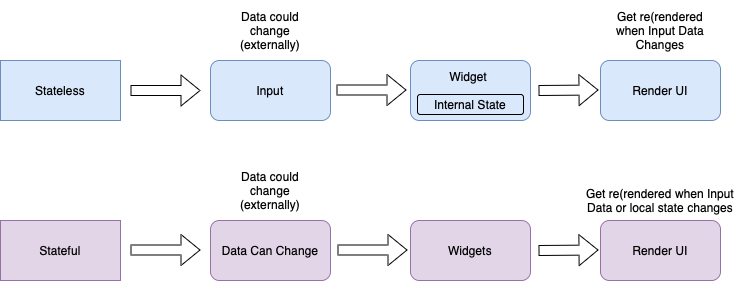
This is chapter01/state02.png from joeynor/mad, a draw.io export, as it was before one commit. Source tidied: cells renumbered, new cells last; positions are measured from the earlier drawing's top-left corner, leaving out a move shared by most shapes.
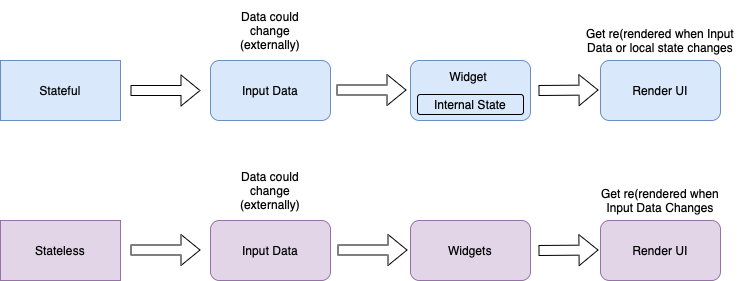
Above is the later version.

The edit, as a diff of the source:
```diff
@@ -2,13 +2,13 @@
   <root>
     <mxCell id="0" />
     <mxCell id="1" parent="0" />
-    <mxCell id="2" value="Stateful" style="rounded=0;whiteSpace=wrap;html=1;fillColor=#e1d5e7;strokeColor=#9673a6;" parent="1" vertex="1">
+    <mxCell id="2" value="Stateless" style="rounded=0;whiteSpace=wrap;html=1;fillColor=#e1d5e7;strokeColor=#9673a6;" parent="1" vertex="1">
       <mxGeometry y="220" width="120" height="60" as="geometry" />
     </mxCell>
-    <mxCell id="3" value="Stateless" style="rounded=0;whiteSpace=wrap;html=1;fillColor=#dae8fc;strokeColor=#6c8ebf;" parent="1" vertex="1">
+    <mxCell id="3" value="Stateful" style="rounded=0;whiteSpace=wrap;html=1;fillColor=#dae8fc;strokeColor=#6c8ebf;" parent="1" vertex="1">
       <mxGeometry y="60" width="120" height="60" as="geometry" />
     </mxCell>
-    <mxCell id="4" value="Data Can Change" style="rounded=1;whiteSpace=wrap;html=1;fillColor=#e1d5e7;strokeColor=#9673a6;" parent="1" vertex="1">
+    <mxCell id="4" value="Input Data" style="rounded=1;whiteSpace=wrap;html=1;fillColor=#e1d5e7;strokeColor=#9673a6;" parent="1" vertex="1">
       <mxGeometry x="210" y="220" width="120" height="60" as="geometry" />
     </mxCell>
     <mxCell id="5" value="Widgets" style="rounded=1;whiteSpace=wrap;html=1;fillColor=#e1d5e7;strokeColor=#9673a6;" parent="1" vertex="1">
@@ -17,7 +17,7 @@
     <mxCell id="6" value="Render UI" style="rounded=1;whiteSpace=wrap;html=1;fillColor=#e1d5e7;strokeColor=#9673a6;" parent="1" vertex="1">
       <mxGeometry x="600" y="220" width="120" height="60" as="geometry" />
     </mxCell>
-    <mxCell id="7" value="Input" style="rounded=1;whiteSpace=wrap;html=1;fillColor=#dae8fc;strokeColor=#6c8ebf;" parent="1" vertex="1">
+    <mxCell id="7" value="Input Data" style="rounded=1;whiteSpace=wrap;html=1;fillColor=#dae8fc;strokeColor=#6c8ebf;" parent="1" vertex="1">
       <mxGeometry x="210" y="60" width="120" height="60" as="geometry" />
     </mxCell>
     <mxCell id="8" value="Widget&amp;nbsp;&lt;br&gt;&lt;br&gt;Internal State" style="rounded=1;whiteSpace=wrap;html=1;fillColor=#dae8fc;strokeColor=#6c8ebf;" parent="1" vertex="1">
@@ -69,13 +69,13 @@
       <mxGeometry x="220" width="100" height="60" as="geometry" />
     </mxCell>
     <mxCell id="18" value="Get re(rendered when Input Data Changes" style="text;html=1;strokeColor=none;fillColor=none;align=center;verticalAlign=middle;whiteSpace=wrap;rounded=0;" parent="1" vertex="1">
-      <mxGeometry x="610" width="100" height="60" as="geometry" />
+      <mxGeometry x="595" y="170" width="130" height="60" as="geometry" />
     </mxCell>
     <mxCell id="19" value="Data could change&lt;br&gt;(externally)" style="text;html=1;strokeColor=none;fillColor=none;align=center;verticalAlign=middle;whiteSpace=wrap;rounded=0;" parent="1" vertex="1">
       <mxGeometry x="220" y="160" width="100" height="60" as="geometry" />
     </mxCell>
     <mxCell id="20" value="Get re(rendered when Input Data or local state changes" style="text;html=1;strokeColor=none;fillColor=none;align=center;verticalAlign=middle;whiteSpace=wrap;rounded=0;" parent="1" vertex="1">
-      <mxGeometry x="580" y="170" width="160" height="60" as="geometry" />
+      <mxGeometry x="580" y="10" width="160" height="60" as="geometry" />
     </mxCell>
   </root>
 </mxGraphModel>
```
